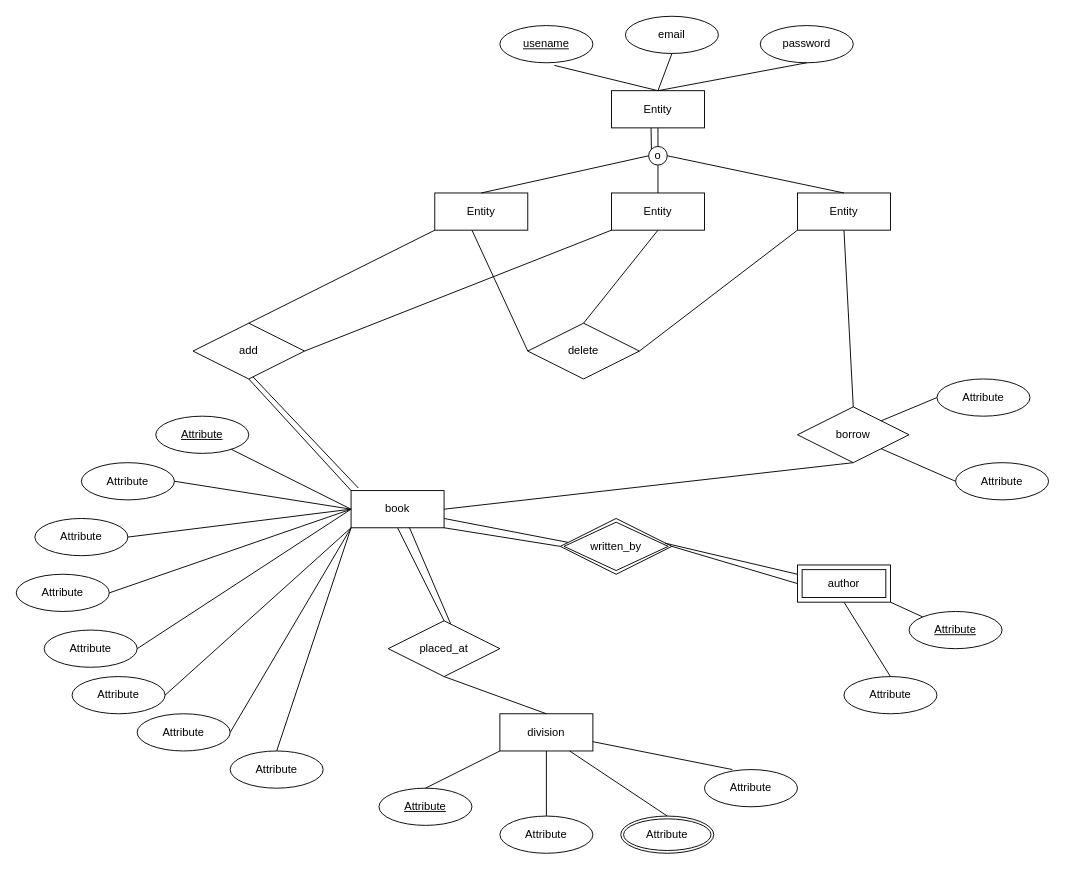
The draw.io diagram Project_er.drawio in MuhammadIrfan92/Database-Engineering-Semester-7, before the edit. Source tidied: cells renumbered, new cells numbered last; positions are measured from the earlier drawing's top-left corner, leaving out a move shared by most shapes. Both pictures are drawn from the tidied source at 93%, with x=0, y=0 at pixel (16, 16).
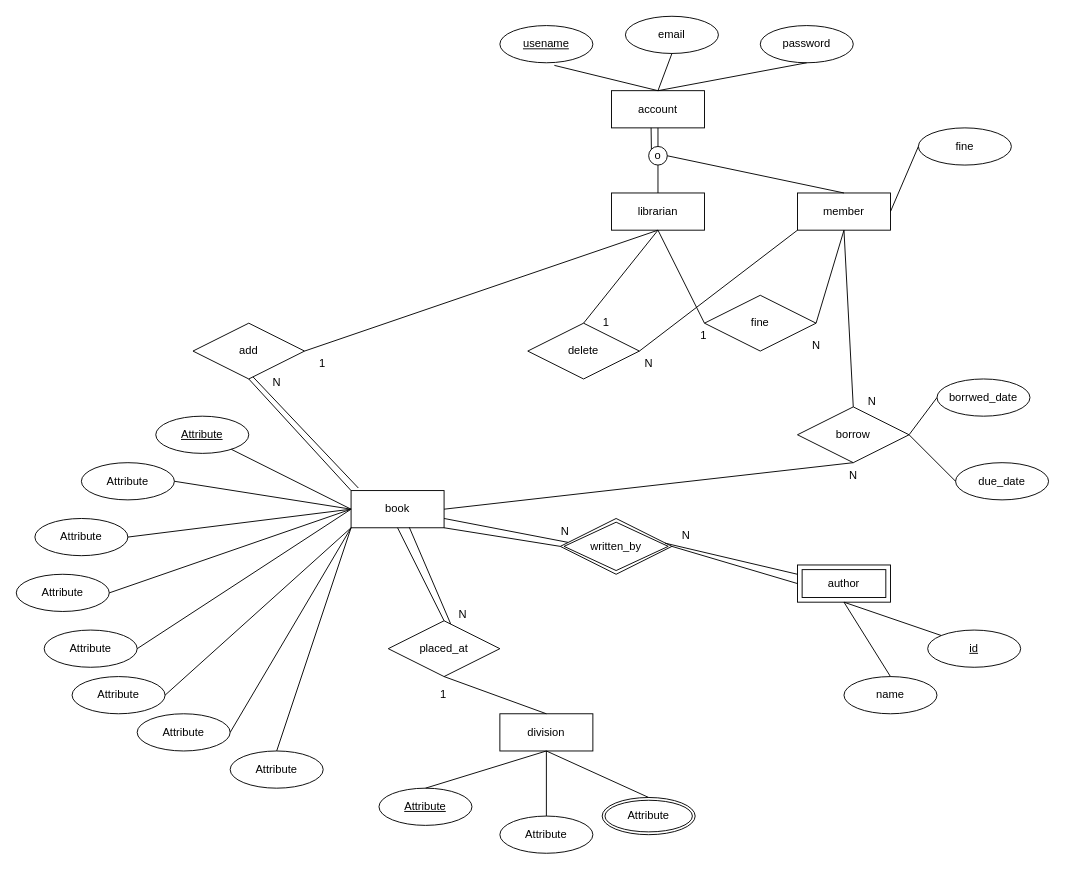
Above is the later version.

The change refers to these unchanged cells:
```xml
<mxCell id="7" value="division" style="whiteSpace=wrap;html=1;align=center;" parent="1" vertex="1">
  <mxGeometry x="520" y="750" width="100" height="40" as="geometry" />
</mxCell>
<mxCell id="11" value="borrow" style="shape=rhombus;perimeter=rhombusPerimeter;whiteSpace=wrap;html=1;align=center;" parent="1" vertex="1">
  <mxGeometry x="840" y="420" width="120" height="60" as="geometry" />
</mxCell>
<mxCell id="12" value="delete" style="shape=rhombus;perimeter=rhombusPerimeter;whiteSpace=wrap;html=1;align=center;" parent="1" vertex="1">
  <mxGeometry x="550" y="330" width="120" height="60" as="geometry" />
</mxCell>
<mxCell id="13" value="add" style="shape=rhombus;perimeter=rhombusPerimeter;whiteSpace=wrap;html=1;align=center;" parent="1" vertex="1">
  <mxGeometry x="190" y="330" width="120" height="60" as="geometry" />
</mxCell>
<mxCell id="15" value="author" style="shape=ext;margin=3;double=1;whiteSpace=wrap;html=1;align=center;" parent="1" vertex="1">
  <mxGeometry x="840" y="590" width="100" height="40" as="geometry" />
</mxCell>
<mxCell id="33" value="o" style="ellipse;whiteSpace=wrap;html=1;" parent="1" vertex="1">
  <mxGeometry x="680" y="140" width="20" height="20" as="geometry" />
</mxCell>
<mxCell id="50" value="Attribute" style="ellipse;whiteSpace=wrap;html=1;align=center;fontStyle=4;" parent="1" vertex="1">
  <mxGeometry x="390" y="830" width="100" height="40" as="geometry" />
</mxCell>
```

The edit, as a diff of the source:
```diff
@@
-    <mxCell id="2" value="Entity" style="whiteSpace=wrap;html=1;align=center;" parent="1" vertex="1">
+    <mxCell id="2" value="account" style="whiteSpace=wrap;html=1;align=center;" parent="1" vertex="1">
       <mxGeometry x="640" y="80" width="100" height="40" as="geometry" />
     </mxCell>
-    <mxCell id="3" value="Entity" style="whiteSpace=wrap;html=1;align=center;" parent="1" vertex="1">
-      <mxGeometry x="450" y="190" width="100" height="40" as="geometry" />
-    </mxCell>
-    <mxCell id="4" value="Entity" style="whiteSpace=wrap;html=1;align=center;" parent="1" vertex="1">
+    <mxCell id="4" value="librarian" style="whiteSpace=wrap;html=1;align=center;" parent="1" vertex="1">
       <mxGeometry x="640" y="190" width="100" height="40" as="geometry" />
     </mxCell>
-    <mxCell id="5" value="Entity" style="whiteSpace=wrap;html=1;align=center;" parent="1" vertex="1">
+    <mxCell id="5" value="member" style="whiteSpace=wrap;html=1;align=center;" parent="1" vertex="1">
       <mxGeometry x="840" y="190" width="100" height="40" as="geometry" />
     </mxCell>
@@
-    <mxCell id="19" style="endArrow=none;html=1;rounded=0;exitX=0.4;exitY=1;exitDx=0;exitDy=0;exitPerimeter=0;entryX=0;entryY=0.5;entryDx=0;entryDy=0;" parent="1" edge="1" source="3" target="12">
-      <mxGeometry relative="1" as="geometry" />
-    </mxCell>
@@
-    <mxCell id="27" style="endArrow=none;html=1;rounded=0;entryX=0;entryY=1;entryDx=0;entryDy=0;exitX=1;exitY=0.5;exitDx=0;exitDy=0;" parent="1" edge="1" source="13" target="4">
-      <mxGeometry relative="1" as="geometry" />
+    <mxCell id="27" style="endArrow=none;html=1;rounded=0;exitX=1;exitY=0.5;exitDx=0;exitDy=0;" parent="1" edge="1" source="13">
+      <mxGeometry relative="1" as="geometry">
+        <mxPoint x="690" y="230" as="targetPoint" />
+      </mxGeometry>
     </mxCell>
-    <mxCell id="28" style="endArrow=none;html=1;rounded=0;exitX=0.5;exitY=0;exitDx=0;exitDy=0;entryX=0;entryY=1;entryDx=0;entryDy=0;" parent="1" edge="1" source="13" target="3">
-      <mxGeometry relative="1" as="geometry" />
-    </mxCell>
@@
-    <mxCell id="36" style="endArrow=none;html=1;exitX=0.5;exitY=0;exitDx=0;exitDy=0;entryX=0;entryY=0.5;entryDx=0;entryDy=0;" parent="1" edge="1" source="3" target="33">
-      <mxGeometry relative="1" as="geometry" />
-    </mxCell>
@@
-    <mxCell id="47" value="Attribute" style="ellipse;whiteSpace=wrap;html=1;align=center;" parent="1" vertex="1">
+    <mxCell id="47" value="name" style="ellipse;whiteSpace=wrap;html=1;align=center;" parent="1" vertex="1">
       <mxGeometry x="890" y="710" width="100" height="40" as="geometry" />
     </mxCell>
-    <mxCell id="48" value="Attribute" style="ellipse;whiteSpace=wrap;html=1;align=center;fontStyle=4;" parent="1" vertex="1">
-      <mxGeometry x="960" y="640" width="100" height="40" as="geometry" />
+    <mxCell id="48" value="id" style="ellipse;whiteSpace=wrap;html=1;align=center;fontStyle=4;" parent="1" vertex="1">
+      <mxGeometry x="980" y="660" width="100" height="40" as="geometry" />
     </mxCell>
@@
-    <mxCell id="51" value="Attribute" style="ellipse;whiteSpace=wrap;html=1;align=center;" parent="1" vertex="1">
-      <mxGeometry x="740" y="810" width="100" height="40" as="geometry" />
-    </mxCell>
     <mxCell id="52" value="Attribute" style="ellipse;shape=doubleEllipse;margin=3;whiteSpace=wrap;html=1;align=center;" parent="1" vertex="1">
-      <mxGeometry x="650" y="860" width="100" height="40" as="geometry" />
+      <mxGeometry x="630" y="840" width="100" height="40" as="geometry" />
     </mxCell>
-    <mxCell id="53" value="Attribute" style="ellipse;whiteSpace=wrap;html=1;align=center;" parent="1" vertex="1">
+    <mxCell id="53" value="borrwed_date" style="ellipse;whiteSpace=wrap;html=1;align=center;" parent="1" vertex="1">
       <mxGeometry x="990" y="390" width="100" height="40" as="geometry" />
     </mxCell>
-    <mxCell id="54" value="Attribute" style="ellipse;whiteSpace=wrap;html=1;align=center;" parent="1" vertex="1">
+    <mxCell id="54" value="due_date" style="ellipse;whiteSpace=wrap;html=1;align=center;" parent="1" vertex="1">
       <mxGeometry x="1010" y="480" width="100" height="40" as="geometry" />
     </mxCell>
-    <mxCell id="55" style="endArrow=none;html=1;rounded=0;exitX=1;exitY=0;exitDx=0;exitDy=0;entryX=0;entryY=0.5;entryDx=0;entryDy=0;" parent="1" edge="1" source="11" target="53">
+    <mxCell id="55" style="endArrow=none;html=1;rounded=0;exitX=1;exitY=0.5;exitDx=0;exitDy=0;entryX=0;entryY=0.5;entryDx=0;entryDy=0;" parent="1" edge="1" source="11" target="53">
       <mxGeometry relative="1" as="geometry" />
     </mxCell>
-    <mxCell id="56" style="endArrow=none;html=1;rounded=0;exitX=1;exitY=1;exitDx=0;exitDy=0;entryX=0;entryY=0.5;entryDx=0;entryDy=0;" parent="1" edge="1" source="11" target="54">
-      <mxGeometry relative="1" as="geometry" />
+    <mxCell id="56" style="endArrow=none;html=1;rounded=0;entryX=0;entryY=0.5;entryDx=0;entryDy=0;" parent="1" edge="1" target="54">
+      <mxGeometry relative="1" as="geometry">
+        <mxPoint x="960" y="450" as="sourcePoint" />
+      </mxGeometry>
     </mxCell>
@@
-    <mxCell id="66" style="endArrow=none;html=1;rounded=0;exitX=1;exitY=1;exitDx=0;exitDy=0;entryX=0;entryY=0;entryDx=0;entryDy=0;" parent="1" edge="1" source="15" target="48">
-      <mxGeometry relative="1" as="geometry" />
+    <mxCell id="66" style="endArrow=none;html=1;rounded=0;entryX=0;entryY=0;entryDx=0;entryDy=0;" parent="1" edge="1" target="48">
+      <mxGeometry relative="1" as="geometry">
+        <mxPoint x="890" y="630" as="sourcePoint" />
+      </mxGeometry>
     </mxCell>
-    <mxCell id="67" style="endArrow=none;html=1;rounded=0;exitX=1;exitY=0.75;exitDx=0;exitDy=0;entryX=0.3;entryY=0;entryDx=0;entryDy=0;entryPerimeter=0;" parent="1" edge="1" source="7" target="51">
-      <mxGeometry relative="1" as="geometry" />
-    </mxCell>
-    <mxCell id="68" style="endArrow=none;html=1;rounded=0;exitX=0.75;exitY=1;exitDx=0;exitDy=0;entryX=0.5;entryY=0;entryDx=0;entryDy=0;" parent="1" edge="1" source="7" target="52">
+    <mxCell id="68" style="endArrow=none;html=1;rounded=0;exitX=0.5;exitY=1;exitDx=0;exitDy=0;entryX=0.5;entryY=0;entryDx=0;entryDy=0;" parent="1" edge="1" source="7" target="52">
       <mxGeometry relative="1" as="geometry" />
     </mxCell>
@@
-    <mxCell id="70" style="endArrow=none;html=1;rounded=0;exitX=0;exitY=1;exitDx=0;exitDy=0;entryX=0.5;entryY=0;entryDx=0;entryDy=0;" parent="1" edge="1" source="7" target="50">
+    <mxCell id="70" style="endArrow=none;html=1;rounded=0;exitX=0.5;exitY=1;exitDx=0;exitDy=0;entryX=0.5;entryY=0;entryDx=0;entryDy=0;" parent="1" edge="1" source="7" target="50">
       <mxGeometry relative="1" as="geometry" />
     </mxCell>
@@
+    <mxCell id="74" value="fine" style="ellipse;whiteSpace=wrap;html=1;align=center;" parent="1" vertex="1">
+      <mxGeometry x="970" y="120" width="100" height="40" as="geometry" />
+    </mxCell>
+    <mxCell id="75" style="endArrow=none;html=1;rounded=0;entryX=0;entryY=0.5;entryDx=0;entryDy=0;exitX=1;exitY=0.5;exitDx=0;exitDy=0;" parent="1" edge="1" source="5" target="74">
+      <mxGeometry relative="1" as="geometry" />
+    </mxCell>
+    <mxCell id="76" value="fine" style="shape=rhombus;perimeter=rhombusPerimeter;whiteSpace=wrap;html=1;align=center;" parent="1" vertex="1">
+      <mxGeometry x="740" y="300" width="120" height="60" as="geometry" />
+    </mxCell>
+    <mxCell id="77" style="endArrow=none;html=1;rounded=0;exitX=1;exitY=0.5;exitDx=0;exitDy=0;" parent="1" edge="1" source="76">
+      <mxGeometry relative="1" as="geometry">
+        <mxPoint x="890" y="230" as="targetPoint" />
+      </mxGeometry>
+    </mxCell>
+    <mxCell id="78" style="endArrow=none;html=1;rounded=0;entryX=0;entryY=0.5;entryDx=0;entryDy=0;" parent="1" edge="1" target="76">
+      <mxGeometry relative="1" as="geometry">
+        <mxPoint x="690" y="230" as="sourcePoint" />
+      </mxGeometry>
+    </mxCell>
+    <mxCell id="79" value="N" style="text;strokeColor=none;fillColor=none;spacingLeft=4;spacingRight=4;overflow=hidden;fontSize=12;" parent="1" vertex="1">
+      <mxGeometry x="710" y="545" width="40" height="30" as="geometry" />
+    </mxCell>
+    <mxCell id="80" value="N" style="text;strokeColor=none;fillColor=none;spacingLeft=4;spacingRight=4;overflow=hidden;fontSize=12;" parent="1" vertex="1">
+      <mxGeometry x="580" y="540" width="40" height="30" as="geometry" />
+    </mxCell>
+    <mxCell id="81" value="N" style="text;strokeColor=none;fillColor=none;spacingLeft=4;spacingRight=4;overflow=hidden;fontSize=12;" parent="1" vertex="1">
+      <mxGeometry x="890" y="480" width="40" height="30" as="geometry" />
+    </mxCell>
+    <mxCell id="82" value="N" style="text;strokeColor=none;fillColor=none;spacingLeft=4;spacingRight=4;overflow=hidden;fontSize=12;" parent="1" vertex="1">
+      <mxGeometry x="910" y="400" width="40" height="30" as="geometry" />
+    </mxCell>
+    <mxCell id="83" value="N" style="text;strokeColor=none;fillColor=none;spacingLeft=4;spacingRight=4;overflow=hidden;fontSize=12;" parent="1" vertex="1">
+      <mxGeometry x="850" y="340" width="40" height="30" as="geometry" />
+    </mxCell>
+    <mxCell id="84" value="1&#10;" style="text;strokeColor=none;fillColor=none;spacingLeft=4;spacingRight=4;overflow=hidden;fontSize=12;" parent="1" vertex="1">
+      <mxGeometry x="730" y="330" width="40" height="30" as="geometry" />
+    </mxCell>
+    <mxCell id="85" value="1&#10;" style="text;strokeColor=none;fillColor=none;spacingLeft=4;spacingRight=4;overflow=hidden;fontSize=12;" parent="1" vertex="1">
+      <mxGeometry x="625" y="315" width="40" height="30" as="geometry" />
+    </mxCell>
+    <mxCell id="86" value="N" style="text;strokeColor=none;fillColor=none;spacingLeft=4;spacingRight=4;overflow=hidden;fontSize=12;" parent="1" vertex="1">
+      <mxGeometry x="670" y="360" width="40" height="30" as="geometry" />
+    </mxCell>
+    <mxCell id="87" value="N" style="text;strokeColor=none;fillColor=none;spacingLeft=4;spacingRight=4;overflow=hidden;fontSize=12;" parent="1" vertex="1">
+      <mxGeometry x="470" y="630" width="40" height="30" as="geometry" />
+    </mxCell>
+    <mxCell id="88" value="1&#10;" style="text;strokeColor=none;fillColor=none;spacingLeft=4;spacingRight=4;overflow=hidden;fontSize=12;" parent="1" vertex="1">
+      <mxGeometry x="320" y="360" width="40" height="30" as="geometry" />
+    </mxCell>
+    <mxCell id="89" value="1&#10;" style="text;strokeColor=none;fillColor=none;spacingLeft=4;spacingRight=4;overflow=hidden;fontSize=12;" parent="1" vertex="1">
+      <mxGeometry x="450" y="715" width="40" height="30" as="geometry" />
+    </mxCell>
+    <mxCell id="90" value="N" style="text;strokeColor=none;fillColor=none;spacingLeft=4;spacingRight=4;overflow=hidden;fontSize=12;" parent="1" vertex="1">
+      <mxGeometry x="270" y="380" width="40" height="30" as="geometry" />
+    </mxCell>
```
